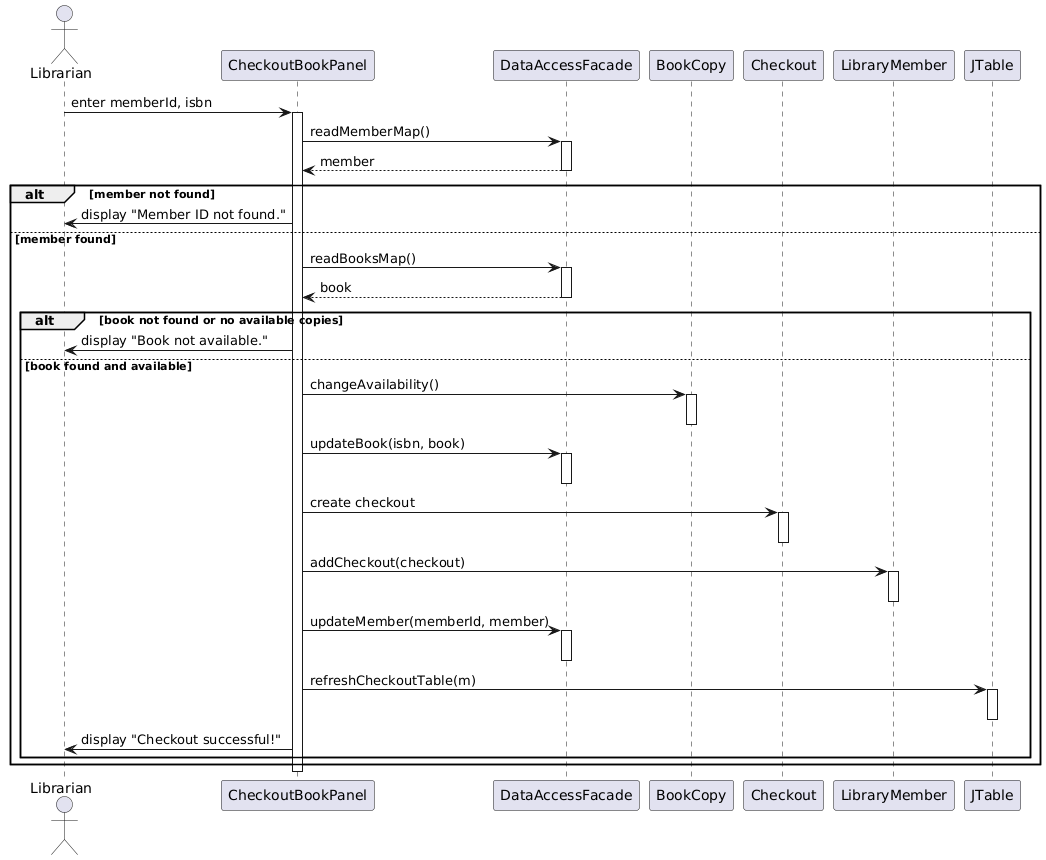
This is src/uml/seq3.png from mohammed-almassri/LibraryGroupD, a PlantUML export, as it was before one commit.
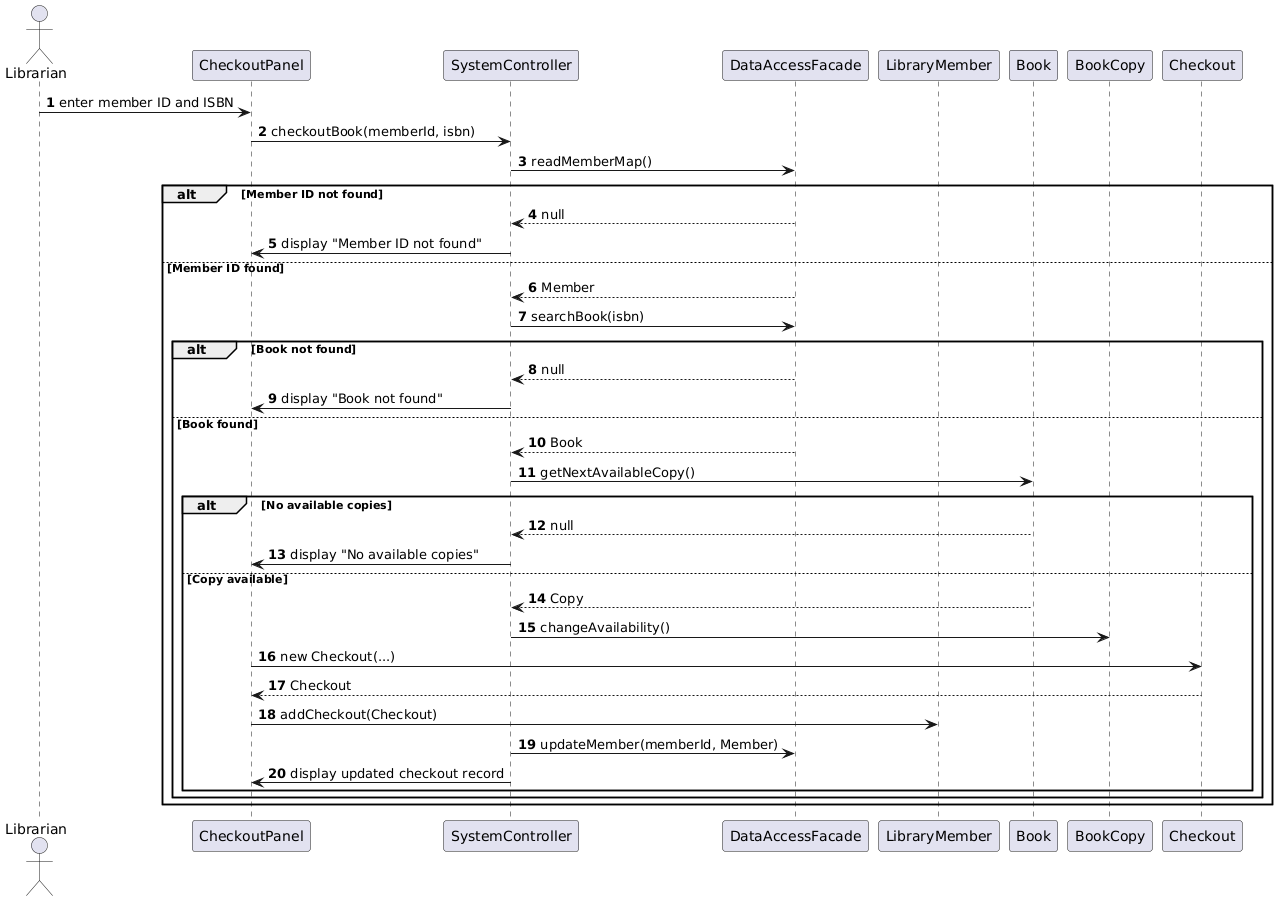
Later version of the same file.

Diff of the diagram source:
```diff
@@ -1,53 +1,51 @@
 @startuml
+autonumber
 actor Librarian
 
-Librarian -> CheckoutBookPanel : enter memberId, isbn
-activate CheckoutBookPanel
+participant CheckoutPanel
 
-CheckoutBookPanel -> DataAccessFacade : readMemberMap()
-activate DataAccessFacade
-DataAccessFacade --> CheckoutBookPanel : member
+participant SystemController
 
-deactivate DataAccessFacade
+participant "DataAccessFacade" as DA
 
-alt member not found
-    CheckoutBookPanel -> Librarian : display "Member ID not found."
-else member found
-    CheckoutBookPanel -> DataAccessFacade : readBooksMap()
-    activate DataAccessFacade
-    DataAccessFacade --> CheckoutBookPanel : book
-    deactivate DataAccessFacade
+participant "LibraryMember" as Member
 
-    alt book not found or no available copies
-        CheckoutBookPanel -> Librarian : display "Book not available."
-    else book found and available
-        CheckoutBookPanel -> BookCopy : changeAvailability()
-        activate BookCopy
-        deactivate BookCopy
+participant "Book" as Book
 
-        CheckoutBookPanel -> DataAccessFacade : updateBook(isbn, book)
-        activate DataAccessFacade
-        deactivate DataAccessFacade
+participant "BookCopy" as Copy
 
-        CheckoutBookPanel -> Checkout : create checkout
-        activate Checkout
-        deactivate Checkout
+participant Checkout
 
-        CheckoutBookPanel -> LibraryMember : addCheckout(checkout)
-        activate LibraryMember
-        deactivate LibraryMember
 
-        CheckoutBookPanel -> DataAccessFacade : updateMember(memberId, member)
-        activate DataAccessFacade
-        deactivate DataAccessFacade
+Librarian -> CheckoutPanel: enter member ID and ISBN
 
-        CheckoutBookPanel -> JTable : refreshCheckoutTable(m)
-        activate JTable
-        deactivate JTable
+CheckoutPanel -> SystemController: checkoutBook(memberId, isbn)
 
-        CheckoutBookPanel -> Librarian : display "Checkout successful!"
+SystemController -> DA: readMemberMap()
+alt Member ID not found
+    DA --> SystemController: null
+    SystemController -> CheckoutPanel: display "Member ID not found"
+else Member ID found
+    DA --> SystemController: Member
+    SystemController -> DA: searchBook(isbn)
+    alt Book not found
+        DA --> SystemController: null
+        SystemController -> CheckoutPanel: display "Book not found"
+    else Book found
+        DA --> SystemController: Book
+        SystemController -> Book: getNextAvailableCopy()
+        alt No available copies
+            Book --> SystemController: null
+            SystemController -> CheckoutPanel: display "No available copies"
+        else Copy available
+            Book --> SystemController: Copy
+            SystemController -> Copy: changeAvailability()
+            CheckoutPanel -> Checkout: new Checkout(...)
+            Checkout --> CheckoutPanel: Checkout
+            CheckoutPanel -> Member: addCheckout(Checkout)
+            SystemController -> DA: updateMember(memberId, Member)
+            SystemController -> CheckoutPanel: display updated checkout record
+        end
     end
 end
-
-deactivate CheckoutBookPanel
 @enduml
```
